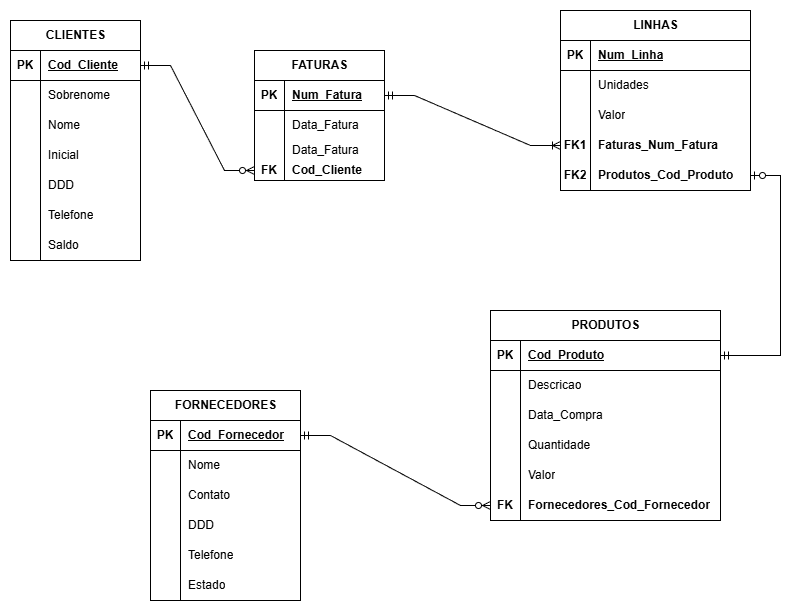
Earlier version of the draw.io export DER - Drawio.png (zdANSZ/CJOBDD1). Source tidied: cells renumbered, new cells last; positions are measured from the earlier drawing's top-left corner, leaving out a move shared by most shapes.
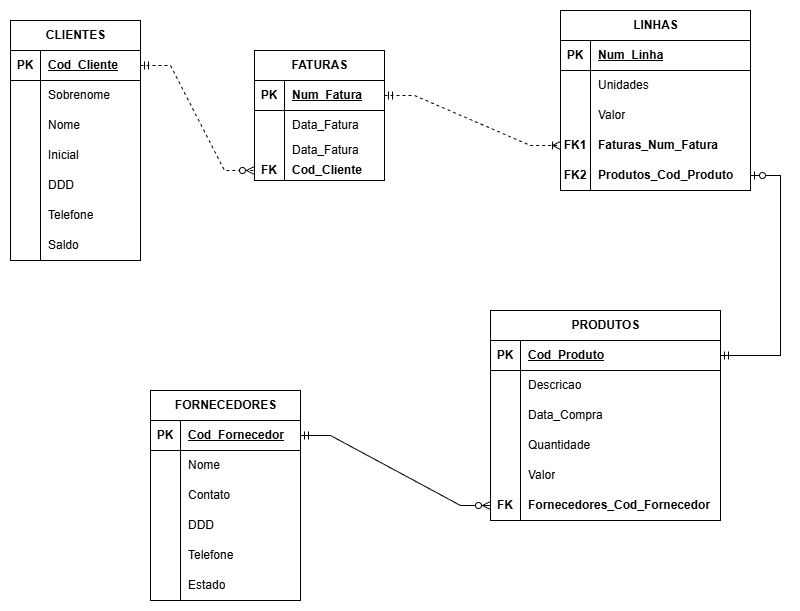
Above is the later version.

The edit, as a diff of the source:
```diff
@@ -275,10 +275,10 @@
         <mxPoint x="220" y="160" as="targetPoint" />
       </mxGeometry>
     </mxCell>
-    <mxCell id="92" style="edgeStyle=entityRelationEdgeStyle;fontSize=12;html=1;endArrow=ERzeroToMany;startArrow=ERmandOne;rounded=0;entryX=0;entryY=0.5;entryDx=0;entryDy=0;exitX=1;exitY=0.5;exitDx=0;exitDy=0;" parent="1" edge="1" source="3" target="34">
+    <mxCell id="92" style="edgeStyle=entityRelationEdgeStyle;fontSize=12;html=1;endArrow=ERzeroToMany;startArrow=ERmandOne;rounded=0;entryX=0;entryY=0.5;entryDx=0;entryDy=0;exitX=1;exitY=0.5;exitDx=0;exitDy=0;dashed=1;" parent="1" edge="1" source="3" target="34">
       <mxGeometry relative="1" as="geometry" />
     </mxCell>
-    <mxCell id="93" style="edgeStyle=entityRelationEdgeStyle;fontSize=12;html=1;endArrow=ERoneToMany;startArrow=ERmandOne;rounded=0;exitX=1;exitY=0.5;exitDx=0;exitDy=0;entryX=0;entryY=0.5;entryDx=0;entryDy=0;" parent="1" edge="1" source="25" target="47">
+    <mxCell id="93" style="edgeStyle=entityRelationEdgeStyle;fontSize=12;html=1;endArrow=ERoneToMany;startArrow=ERmandOne;rounded=0;exitX=1;exitY=0.5;exitDx=0;exitDy=0;entryX=0;entryY=0.5;entryDx=0;entryDy=0;dashed=1;" parent="1" edge="1" source="25" target="47">
       <mxGeometry relative="1" as="geometry" />
     </mxCell>
     <mxCell id="94" style="edgeStyle=entityRelationEdgeStyle;fontSize=12;html=1;endArrow=ERzeroToOne;startArrow=ERmandOne;rounded=0;exitX=1;exitY=0.5;exitDx=0;exitDy=0;" parent="1" edge="1" source="54" target="50">
```
